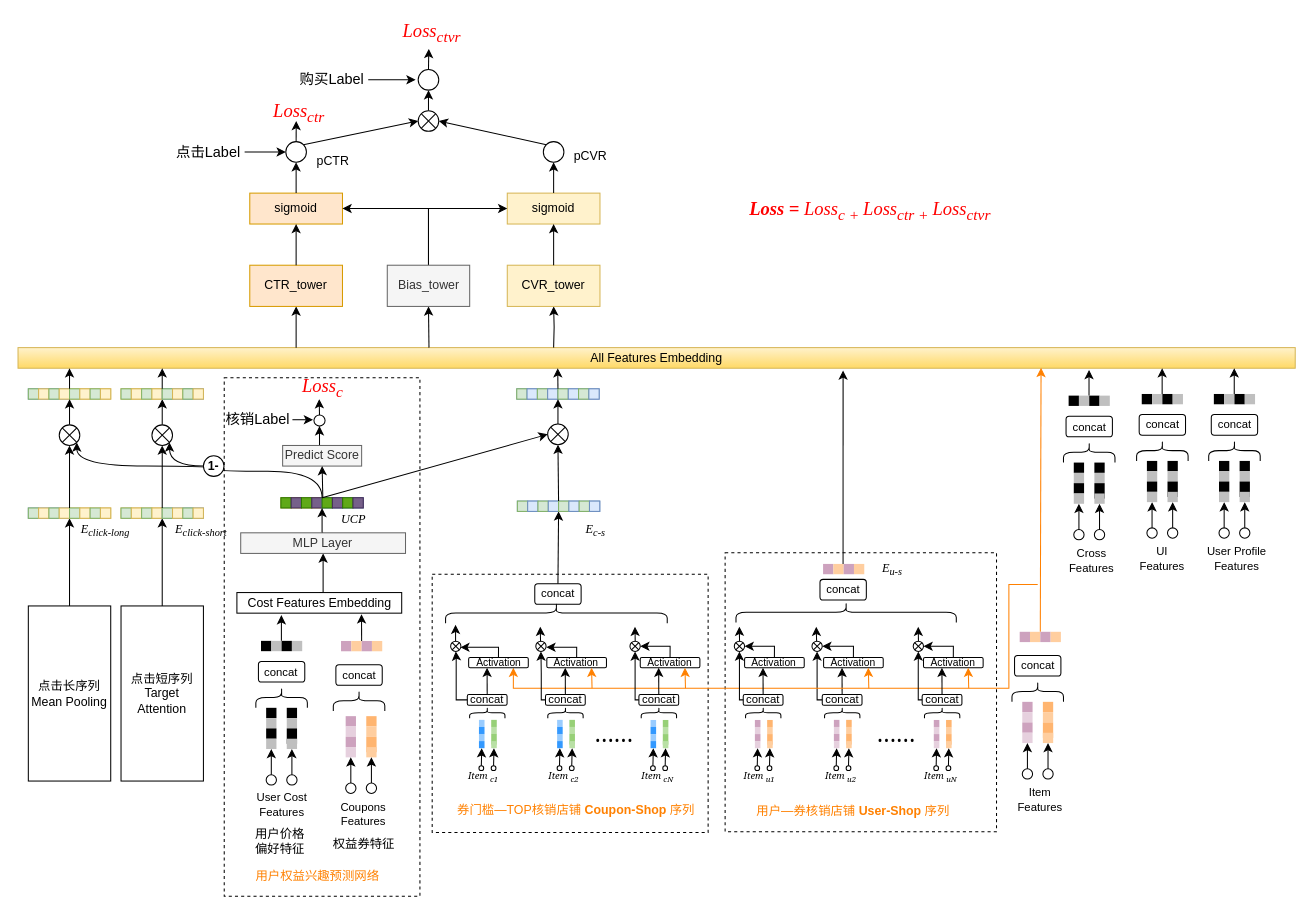
Earlier version of the draw.io diagram TIR_HG.drawio (cosinalee/HeteroGraph). Source tidied: cells renumbered, new cells numbered last; positions are measured from the earlier drawing's top-left corner, leaving out a move shared by most shapes. Both pictures are drawn from the tidied source at 103%, with x=0, y=0 at pixel (18, 18).
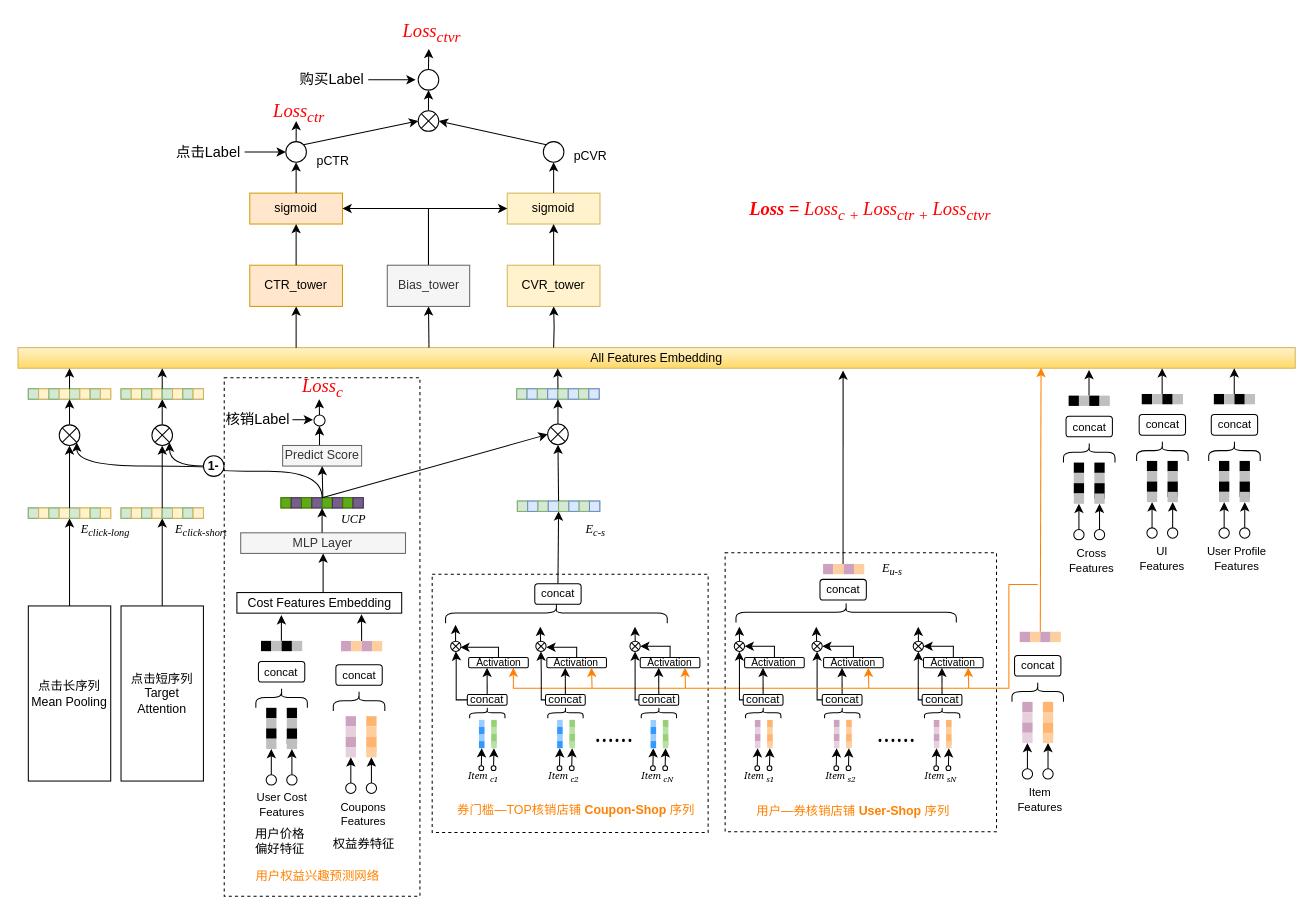
The same page after the edit.

The change refers to these unchanged cells:
```xml
<mxCell id="105" style="group;" parent="92" vertex="1">
  <mxGeometry x="17.5" y="111.6" width="80" height="120" as="geometry" />
</mxCell>
<mxCell id="158" style="group;" parent="1" vertex="1">
  <mxGeometry x="904" y="520" width="80" height="120" as="geometry" />
</mxCell>
```

The edit, as a diff of the source:
```diff
@@
-    <mxCell id="121" value="&lt;font style=&quot;font-size: 9px;&quot; face=&quot;Georgia&quot;&gt;&lt;i&gt;Item &lt;sub&gt;u2&lt;/sub&gt;&lt;/i&gt;&lt;/font&gt;" style="text;html=1;strokeColor=none;fillColor=none;align=center;verticalAlign=middle;whiteSpace=wrap;rounded=0;fontSize=11;" parent="105" vertex="1">
+    <mxCell id="121" value="&lt;font style=&quot;font-size: 9px;&quot; face=&quot;Georgia&quot;&gt;&lt;i&gt;Item &lt;sub&gt;s2&lt;/sub&gt;&lt;/i&gt;&lt;/font&gt;" style="text;html=1;strokeColor=none;fillColor=none;align=center;verticalAlign=middle;whiteSpace=wrap;rounded=0;fontSize=11;" parent="105" vertex="1">
       <mxGeometry x="-5.3" y="105.2" width="60" height="20.6" as="geometry" />
     </mxCell>
@@
-    <mxCell id="174" value="&lt;font style=&quot;font-size: 9px;&quot; face=&quot;Georgia&quot;&gt;&lt;i&gt;Item &lt;sub&gt;uN&lt;/sub&gt;&lt;/i&gt;&lt;/font&gt;" style="text;html=1;strokeColor=none;fillColor=none;align=center;verticalAlign=middle;whiteSpace=wrap;rounded=0;fontSize=11;" parent="158" vertex="1">
+    <mxCell id="174" value="&lt;font style=&quot;font-size: 9px;&quot; face=&quot;Georgia&quot;&gt;&lt;i&gt;Item &lt;sub&gt;sN&lt;/sub&gt;&lt;/i&gt;&lt;/font&gt;" style="text;html=1;strokeColor=none;fillColor=none;align=center;verticalAlign=middle;whiteSpace=wrap;rounded=0;fontSize=11;" parent="158" vertex="1">
       <mxGeometry x="-38.3" y="206" width="60" height="20.6" as="geometry" />
     </mxCell>
@@
-    <mxCell id="430" value="&lt;font style=&quot;font-size: 9px;&quot; face=&quot;Georgia&quot;&gt;&lt;i&gt;Item &lt;sub&gt;u1&lt;/sub&gt;&lt;/i&gt;&lt;/font&gt;" style="text;html=1;strokeColor=none;fillColor=none;align=center;verticalAlign=middle;whiteSpace=wrap;rounded=0;fontSize=11;" parent="1" vertex="1">
+    <mxCell id="430" value="&lt;font style=&quot;font-size: 9px;&quot; face=&quot;Georgia&quot;&gt;&lt;i&gt;Item &lt;sub&gt;s1&lt;/sub&gt;&lt;/i&gt;&lt;/font&gt;" style="text;html=1;strokeColor=none;fillColor=none;align=center;verticalAlign=middle;whiteSpace=wrap;rounded=0;fontSize=11;" parent="1" vertex="1">
       <mxGeometry x="690" y="726" width="60" height="20.6" as="geometry" />
     </mxCell>
```
